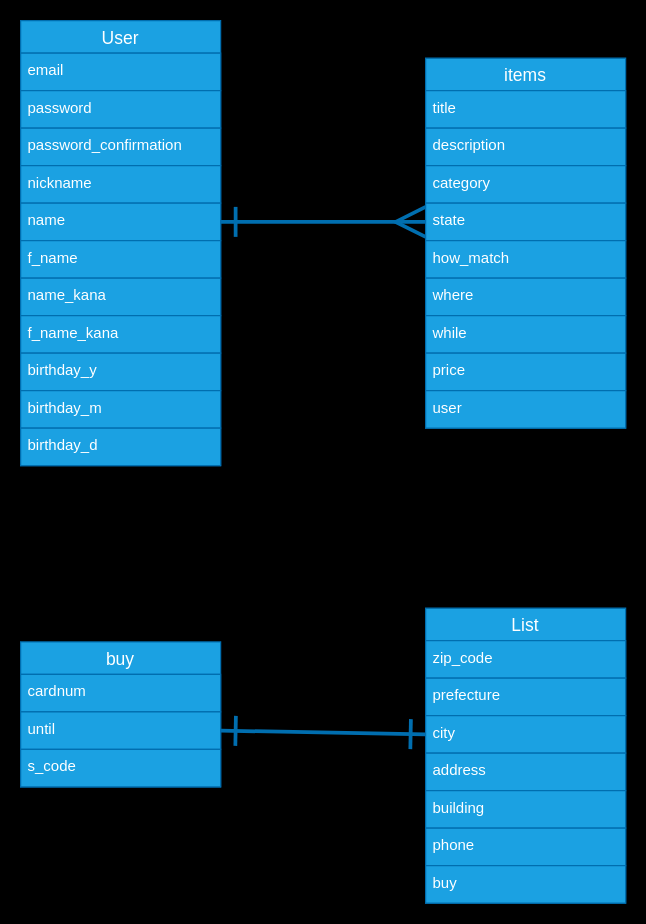
Earlier version of the draw.io diagram ER.dio (kohei0517/furima-39186). Source tidied: cells renumbered, new cells numbered last; positions are measured from the earlier drawing's top-left corner, leaving out a move shared by most shapes. Both pictures are drawn from the tidied source at 125%, with x=0, y=0 at pixel (20, 20).
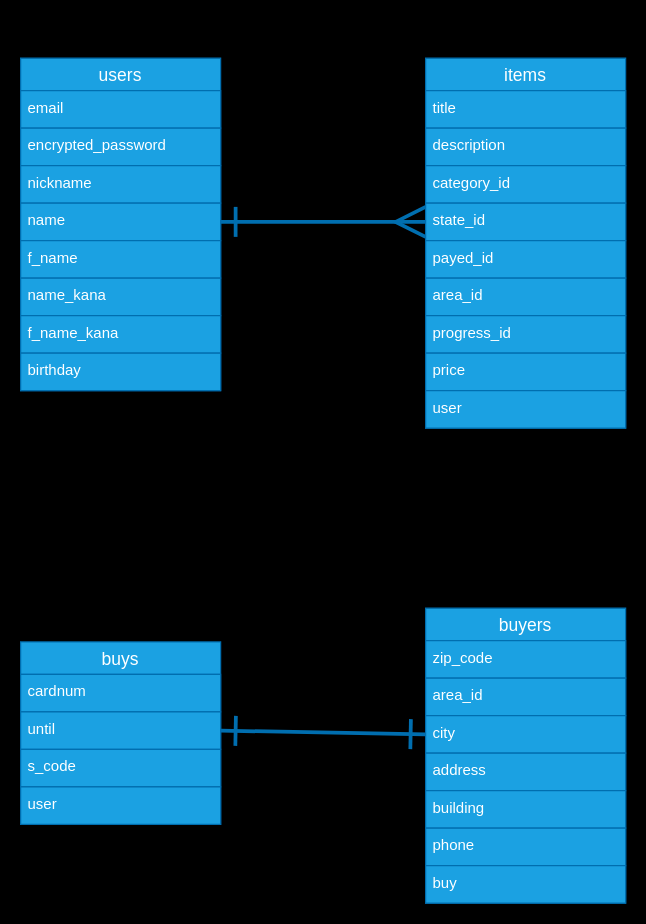
Above is the later version.

The change refers to these unchanged cells:
```xml
<mxCell id="15" value="items" style="swimlane;fontStyle=0;horizontal=1;startSize=26;align=center;fontSize=14;fillColor=#1ba1e2;strokeColor=#006EAF;fontColor=#ffffff;" parent="1" vertex="1">
  <mxGeometry x="324" y="30" width="160" height="296" as="geometry" />
</mxCell>
```

Diff of the diagram source:
```diff
@@
-    <mxCell id="2" style="edgeStyle=none;html=1;endArrow=ERmany;endFill=0;strokeWidth=3;strokeColor=#006EAF;rounded=0;endSize=20;targetPerimeterSpacing=0;startSize=20;startArrow=ERone;startFill=0;exitX=1;exitY=0.5;exitDx=0;exitDy=0;entryX=0;entryY=0.5;entryDx=0;entryDy=0;fillColor=#1ba1e2;" parent="1" edge="1" source="8" target="19">
+    <mxCell id="2" style="edgeStyle=none;html=1;endArrow=ERmany;endFill=0;strokeWidth=3;strokeColor=#006EAF;rounded=0;endSize=20;targetPerimeterSpacing=0;startSize=20;startArrow=ERone;startFill=0;entryX=0;entryY=0.5;entryDx=0;entryDy=0;fillColor=#1ba1e2;exitX=1;exitY=0.5;exitDx=0;exitDy=0;" parent="1" edge="1" source="8" target="19">
       <mxGeometry relative="1" as="geometry" />
     </mxCell>
+    <mxCell id="38" style="edgeStyle=none;html=1;entryX=0.5;entryY=0;entryDx=0;entryDy=0;endArrow=ERmany;endFill=0;startArrow=ERone;startFill=0;endSize=20;startSize=20;" parent="1" edge="1" source="3" target="26">
+      <mxGeometry relative="1" as="geometry" />
+    </mxCell>
-    <mxCell id="3" value="User" style="swimlane;fontStyle=0;horizontal=1;startSize=26;align=center;fontSize=14;fillColor=#1ba1e2;strokeColor=#006EAF;fillStyle=solid;fontColor=#ffffff;" parent="1" vertex="1">
-      <mxGeometry width="160" height="356" as="geometry" />
+    <mxCell id="3" value="users" style="swimlane;fontStyle=0;horizontal=1;startSize=26;align=center;fontSize=14;fillColor=#1ba1e2;strokeColor=#006EAF;fillStyle=solid;fontColor=#ffffff;" parent="1" vertex="1">
+      <mxGeometry y="30" width="160" height="266" as="geometry" />
     </mxCell>
@@
-    <mxCell id="5" value="password" style="text;strokeColor=#006EAF;fillColor=#1ba1e2;spacingLeft=4;spacingRight=4;overflow=hidden;fontSize=12;fontColor=#ffffff;" parent="3" vertex="1">
+    <mxCell id="5" value="encrypted_password" style="text;strokeColor=#006EAF;fillColor=#1ba1e2;spacingLeft=4;spacingRight=4;overflow=hidden;fontSize=12;fontColor=#ffffff;" parent="3" vertex="1">
       <mxGeometry y="56" width="160" height="30" as="geometry" />
     </mxCell>
-    <mxCell id="6" value="password_confirmation" style="text;strokeColor=#006EAF;fillColor=#1ba1e2;spacingLeft=4;spacingRight=4;overflow=hidden;fontSize=12;fontColor=#ffffff;" parent="3" vertex="1">
-      <mxGeometry y="86" width="160" height="30" as="geometry" />
-    </mxCell>
     <mxCell id="7" value="nickname" style="text;strokeColor=#006EAF;fillColor=#1ba1e2;spacingLeft=4;spacingRight=4;overflow=hidden;fontSize=12;fontColor=#ffffff;" parent="3" vertex="1">
-      <mxGeometry y="116" width="160" height="30" as="geometry" />
+      <mxGeometry y="86" width="160" height="30" as="geometry" />
     </mxCell>
     <mxCell id="8" value="name" style="text;strokeColor=#006EAF;fillColor=#1ba1e2;spacingLeft=4;spacingRight=4;overflow=hidden;points=[[0,0.5],[1,0.5]];portConstraint=eastwest;fontSize=12;fontColor=#ffffff;" parent="3" vertex="1">
-      <mxGeometry y="146" width="160" height="30" as="geometry" />
+      <mxGeometry y="116" width="160" height="30" as="geometry" />
     </mxCell>
     <mxCell id="9" value="f_name" style="text;strokeColor=#006EAF;fillColor=#1ba1e2;spacingLeft=4;spacingRight=4;overflow=hidden;fontSize=12;fontColor=#ffffff;" parent="3" vertex="1">
-      <mxGeometry y="176" width="160" height="30" as="geometry" />
+      <mxGeometry y="146" width="160" height="30" as="geometry" />
     </mxCell>
     <mxCell id="10" value="name_kana" style="text;strokeColor=#006EAF;fillColor=#1ba1e2;spacingLeft=4;spacingRight=4;overflow=hidden;fontSize=12;fontColor=#ffffff;" parent="3" vertex="1">
-      <mxGeometry y="206" width="160" height="30" as="geometry" />
+      <mxGeometry y="176" width="160" height="30" as="geometry" />
     </mxCell>
     <mxCell id="11" value="f_name_kana" style="text;strokeColor=#006EAF;fillColor=#1ba1e2;spacingLeft=4;spacingRight=4;overflow=hidden;fontSize=12;fontColor=#ffffff;" parent="3" vertex="1">
-      <mxGeometry y="236" width="160" height="30" as="geometry" />
+      <mxGeometry y="206" width="160" height="30" as="geometry" />
     </mxCell>
-    <mxCell id="12" value="birthday_y" style="text;strokeColor=#006EAF;fillColor=#1ba1e2;spacingLeft=4;spacingRight=4;overflow=hidden;fontSize=12;fontColor=#ffffff;" parent="3" vertex="1">
-      <mxGeometry y="266" width="160" height="30" as="geometry" />
+    <mxCell id="12" value="birthday" style="text;strokeColor=#006EAF;fillColor=#1ba1e2;spacingLeft=4;spacingRight=4;overflow=hidden;fontSize=12;fontColor=#ffffff;" parent="3" vertex="1">
+      <mxGeometry y="236" width="160" height="30" as="geometry" />
     </mxCell>
-    <mxCell id="13" value="birthday_m" style="text;strokeColor=#006EAF;fillColor=#1ba1e2;spacingLeft=4;spacingRight=4;overflow=hidden;fontSize=12;fontColor=#ffffff;" parent="3" vertex="1">
-      <mxGeometry y="296" width="160" height="30" as="geometry" />
-    </mxCell>
-    <mxCell id="14" value="birthday_d" style="text;strokeColor=#006EAF;fillColor=#1ba1e2;spacingLeft=4;spacingRight=4;overflow=hidden;fontSize=12;fontColor=#ffffff;" parent="3" vertex="1">
-      <mxGeometry y="326" width="160" height="30" as="geometry" />
-    </mxCell>
@@
-    <mxCell id="18" value="category" style="text;strokeColor=#006EAF;fillColor=#1ba1e2;spacingLeft=4;spacingRight=4;overflow=hidden;fontSize=12;fontColor=#ffffff;" parent="15" vertex="1">
+    <mxCell id="18" value="category_id" style="text;strokeColor=#006EAF;fillColor=#1ba1e2;spacingLeft=4;spacingRight=4;overflow=hidden;fontSize=12;fontColor=#ffffff;" parent="15" vertex="1">
       <mxGeometry y="86" width="160" height="30" as="geometry" />
     </mxCell>
-    <mxCell id="19" value="state" style="text;strokeColor=#006EAF;fillColor=#1ba1e2;spacingLeft=4;spacingRight=4;overflow=hidden;points=[[0,0.5],[1,0.5]];portConstraint=eastwest;fontSize=12;fontColor=#ffffff;" parent="15" vertex="1">
+    <mxCell id="19" value="state_id" style="text;strokeColor=#006EAF;fillColor=#1ba1e2;spacingLeft=4;spacingRight=4;overflow=hidden;points=[[0,0.5],[1,0.5]];portConstraint=eastwest;fontSize=12;fontColor=#ffffff;" parent="15" vertex="1">
       <mxGeometry y="116" width="160" height="30" as="geometry" />
     </mxCell>
-    <mxCell id="20" value="how_match " style="text;strokeColor=#006EAF;fillColor=#1ba1e2;spacingLeft=4;spacingRight=4;overflow=hidden;fontSize=12;fontColor=#ffffff;" parent="15" vertex="1">
+    <mxCell id="20" value="payed_id" style="text;strokeColor=#006EAF;fillColor=#1ba1e2;spacingLeft=4;spacingRight=4;overflow=hidden;fontSize=12;fontColor=#ffffff;" parent="15" vertex="1">
       <mxGeometry y="146" width="160" height="30" as="geometry" />
     </mxCell>
-    <mxCell id="21" value="where" style="text;strokeColor=#006EAF;fillColor=#1ba1e2;spacingLeft=4;spacingRight=4;overflow=hidden;fontSize=12;fontColor=#ffffff;" parent="15" vertex="1">
+    <mxCell id="21" value="area_id" style="text;strokeColor=#006EAF;fillColor=#1ba1e2;spacingLeft=4;spacingRight=4;overflow=hidden;fontSize=12;fontColor=#ffffff;" parent="15" vertex="1">
       <mxGeometry y="176" width="160" height="30" as="geometry" />
     </mxCell>
-    <mxCell id="22" value="while" style="text;strokeColor=#006EAF;fillColor=#1ba1e2;spacingLeft=4;spacingRight=4;overflow=hidden;fontSize=12;fontColor=#ffffff;" parent="15" vertex="1">
+    <mxCell id="22" value="progress_id" style="text;strokeColor=#006EAF;fillColor=#1ba1e2;spacingLeft=4;spacingRight=4;overflow=hidden;fontSize=12;fontColor=#ffffff;" parent="15" vertex="1">
       <mxGeometry y="206" width="160" height="30" as="geometry" />
     </mxCell>
@@
-    <mxCell id="26" value="buy" style="swimlane;fontStyle=0;horizontal=1;startSize=26;align=center;fontSize=14;fillColor=#1ba1e2;strokeColor=#006EAF;fontColor=#ffffff;" parent="1" vertex="1">
-      <mxGeometry y="497" width="160" height="116" as="geometry" />
+    <mxCell id="26" value="buys" style="swimlane;fontStyle=0;horizontal=1;startSize=26;align=center;fontSize=14;fillColor=#1ba1e2;strokeColor=#006EAF;fontColor=#ffffff;" parent="1" vertex="1">
+      <mxGeometry y="497" width="160" height="146" as="geometry" />
     </mxCell>
@@
+    <mxCell id="39" value="user" style="text;strokeColor=#006EAF;fillColor=#1ba1e2;spacingLeft=4;spacingRight=4;overflow=hidden;fontSize=12;fontColor=#ffffff;" parent="26" vertex="1">
+      <mxGeometry y="116" width="160" height="30" as="geometry" />
+    </mxCell>
-    <mxCell id="30" value="List" style="swimlane;fontStyle=0;horizontal=1;startSize=26;align=center;fontSize=14;fillColor=#1ba1e2;strokeColor=#006EAF;fontColor=#ffffff;" parent="1" vertex="1">
+    <mxCell id="30" value="buyers" style="swimlane;fontStyle=0;horizontal=1;startSize=26;align=center;fontSize=14;fillColor=#1ba1e2;strokeColor=#006EAF;fontColor=#ffffff;" parent="1" vertex="1">
       <mxGeometry x="324" y="470" width="160" height="236" as="geometry" />
     </mxCell>
@@
-    <mxCell id="32" value="prefecture" style="text;strokeColor=#006EAF;fillColor=#1ba1e2;spacingLeft=4;spacingRight=4;overflow=hidden;fontSize=12;fontColor=#ffffff;" parent="30" vertex="1">
+    <mxCell id="32" value="area_id" style="text;strokeColor=#006EAF;fillColor=#1ba1e2;spacingLeft=4;spacingRight=4;overflow=hidden;fontSize=12;fontColor=#ffffff;" parent="30" vertex="1">
       <mxGeometry y="56" width="160" height="30" as="geometry" />
     </mxCell>
```
